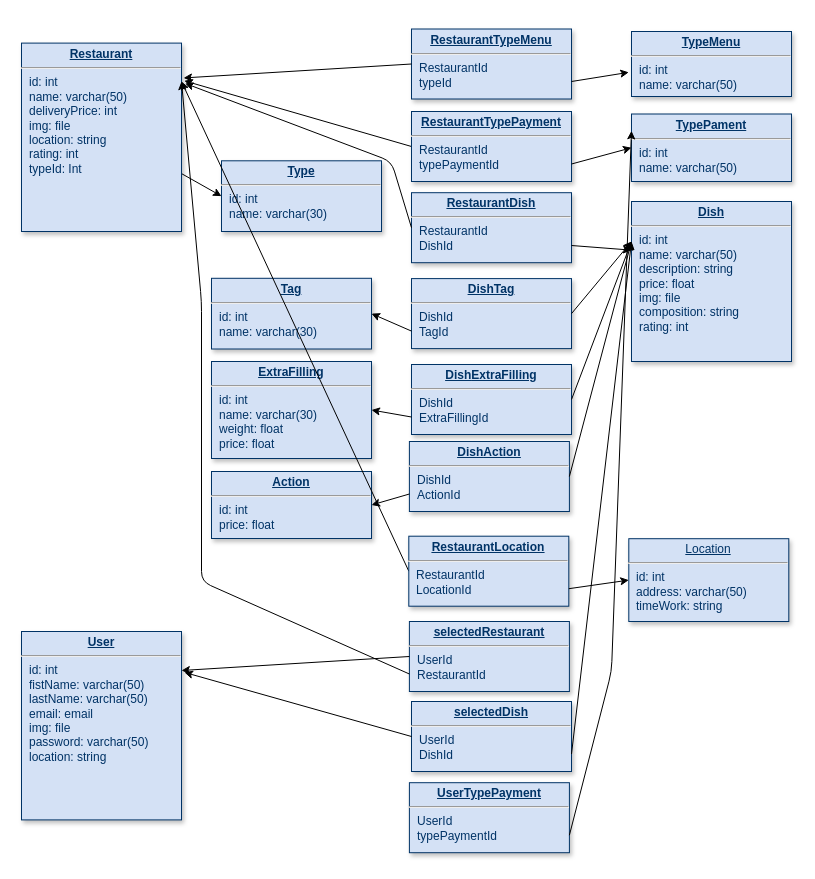
Earlier version of the draw.io diagram Untitled Diagram.drawio (YuraBobeshko/Food). Source tidied: cells renumbered, new cells numbered last; positions are measured from the earlier drawing's top-left corner, leaving out a move shared by most shapes. Both pictures are drawn from the tidied source at 100%, with x=0, y=0 at pixel (21, 29).
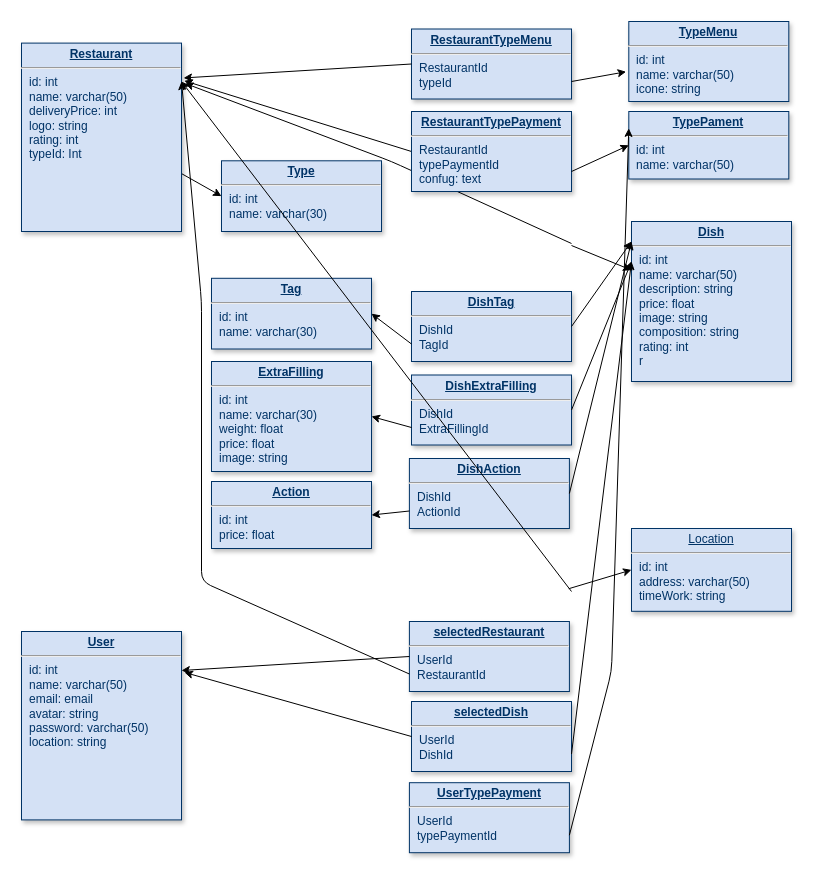
Above is the later version.

Diff of the diagram source:
```diff
@@
-    <mxCell id="3" value="&lt;p style=&quot;margin: 0px ; margin-top: 4px ; text-align: center ; text-decoration: underline&quot;&gt;&lt;strong&gt;Dish&lt;/strong&gt;&lt;/p&gt;&lt;hr&gt;&lt;p style=&quot;margin: 0px ; margin-left: 8px&quot;&gt;id: int&lt;br&gt;name: varchar(50)&lt;/p&gt;&lt;p style=&quot;margin: 0px ; margin-left: 8px&quot;&gt;description: string&lt;br&gt;price: float&lt;br&gt;img: file&lt;/p&gt;&lt;p style=&quot;margin: 0px ; margin-left: 8px&quot;&gt;composition: string&lt;br&gt;rating: int&lt;br&gt;&lt;/p&gt;" style="verticalAlign=top;align=left;overflow=fill;fontSize=12;fontFamily=Helvetica;html=1;strokeColor=#003366;shadow=1;fillColor=#D4E1F5;fontColor=#003366;" parent="1" vertex="1">
-      <mxGeometry x="610" y="172" width="160" height="160" as="geometry" />
+    <mxCell id="3" value="&lt;p style=&quot;margin: 0px ; margin-top: 4px ; text-align: center ; text-decoration: underline&quot;&gt;&lt;strong&gt;Dish&lt;/strong&gt;&lt;/p&gt;&lt;hr&gt;&lt;p style=&quot;margin: 0px ; margin-left: 8px&quot;&gt;id: int&lt;br&gt;name: varchar(50)&lt;/p&gt;&lt;p style=&quot;margin: 0px ; margin-left: 8px&quot;&gt;description: string&lt;br&gt;price: float&lt;br&gt;image: string&lt;/p&gt;&lt;p style=&quot;margin: 0px ; margin-left: 8px&quot;&gt;composition: string&lt;br&gt;rating: int&lt;br&gt;&lt;/p&gt;&lt;p style=&quot;margin: 0px ; margin-left: 8px&quot;&gt;r&lt;/p&gt;" style="verticalAlign=top;align=left;overflow=fill;fontSize=12;fontFamily=Helvetica;html=1;strokeColor=#003366;shadow=1;fillColor=#D4E1F5;fontColor=#003366;" parent="1" vertex="1">
+      <mxGeometry x="610" y="192" width="160" height="160" as="geometry" />
     </mxCell>
-    <mxCell id="4" value="&lt;p style=&quot;margin: 4px 0px 0px ; text-align: center&quot;&gt;&lt;b&gt;&lt;u&gt;Restaurant&lt;/u&gt;&lt;/b&gt;&lt;br&gt;&lt;/p&gt;&lt;hr&gt;&lt;p style=&quot;margin: 0px ; margin-left: 8px&quot;&gt;id: int&lt;br&gt;name: varchar(50)&lt;br&gt;deliveryPrice: int&lt;br&gt;img: file&lt;br&gt;location: string&lt;br&gt;rating: int&lt;br&gt;typeId: Int&lt;br&gt;&lt;br&gt;&lt;br&gt;&lt;/p&gt;" style="verticalAlign=top;align=left;overflow=fill;fontSize=12;fontFamily=Helvetica;html=1;strokeColor=#003366;shadow=1;fillColor=#D4E1F5;fontColor=#003366;" parent="1" vertex="1">
+    <mxCell id="4" value="&lt;p style=&quot;margin: 4px 0px 0px ; text-align: center&quot;&gt;&lt;b&gt;&lt;u&gt;Restaurant&lt;/u&gt;&lt;/b&gt;&lt;br&gt;&lt;/p&gt;&lt;hr&gt;&lt;p style=&quot;margin: 0px ; margin-left: 8px&quot;&gt;id: int&lt;br&gt;name: varchar(50)&lt;br&gt;deliveryPrice: int&lt;br&gt;logo: string&lt;br&gt;rating: int&lt;br&gt;typeId: Int&lt;br&gt;&lt;br&gt;&lt;br&gt;&lt;/p&gt;" style="verticalAlign=top;align=left;overflow=fill;fontSize=12;fontFamily=Helvetica;html=1;strokeColor=#003366;shadow=1;fillColor=#D4E1F5;fontColor=#003366;" parent="1" vertex="1">
       <mxGeometry y="13.6" width="160" height="188.4" as="geometry" />
     </mxCell>
@@
-    <mxCell id="8" value="&lt;p style=&quot;margin: 0px ; margin-top: 4px ; text-align: center ; text-decoration: underline&quot;&gt;&lt;b&gt;TypeMenu&lt;/b&gt;&lt;/p&gt;&lt;hr&gt;&lt;p style=&quot;margin: 0px ; margin-left: 8px&quot;&gt;id: int&lt;br&gt;name: varchar(50)&lt;/p&gt;" style="verticalAlign=top;align=left;overflow=fill;fontSize=12;fontFamily=Helvetica;html=1;strokeColor=#003366;shadow=1;fillColor=#D4E1F5;fontColor=#003366;" parent="1" vertex="1">
-      <mxGeometry x="610" y="2" width="160" height="65" as="geometry" />
+    <mxCell id="8" value="&lt;p style=&quot;margin: 0px ; margin-top: 4px ; text-align: center ; text-decoration: underline&quot;&gt;&lt;b&gt;TypeMenu&lt;/b&gt;&lt;/p&gt;&lt;hr&gt;&lt;p style=&quot;margin: 0px ; margin-left: 8px&quot;&gt;id: int&lt;br&gt;name: varchar(50)&lt;br&gt;icone: string&lt;/p&gt;" style="verticalAlign=top;align=left;overflow=fill;fontSize=12;fontFamily=Helvetica;html=1;strokeColor=#003366;shadow=1;fillColor=#D4E1F5;fontColor=#003366;" parent="1" vertex="1">
+      <mxGeometry x="607.3" y="-8" width="160" height="80" as="geometry" />
     </mxCell>
-    <mxCell id="9" value="&lt;p style=&quot;margin: 0px ; margin-top: 4px ; text-align: center ; text-decoration: underline&quot;&gt;&lt;strong&gt;TypePament&lt;/strong&gt;&lt;/p&gt;&lt;hr&gt;&lt;p style=&quot;margin: 0px ; margin-left: 8px&quot;&gt;id: int&lt;br&gt;name: varchar(50)&lt;br&gt;&lt;/p&gt;" style="verticalAlign=top;align=left;overflow=fill;fontSize=12;fontFamily=Helvetica;html=1;strokeColor=#003366;shadow=1;fillColor=#D4E1F5;fontColor=#003366;" parent="1" vertex="1">
-      <mxGeometry x="610" y="84.5" width="160" height="67.5" as="geometry" />
+    <mxCell id="9" value="&lt;p style=&quot;margin: 0px ; margin-top: 4px ; text-align: center ; text-decoration: underline&quot;&gt;&lt;strong&gt;TypePament&lt;/strong&gt;&lt;/p&gt;&lt;hr&gt;&lt;p style=&quot;margin: 0px ; margin-left: 8px&quot;&gt;id: int&lt;br&gt;name: varchar(50)&lt;br&gt;&lt;br&gt;&lt;/p&gt;" style="verticalAlign=top;align=left;overflow=fill;fontSize=12;fontFamily=Helvetica;html=1;strokeColor=#003366;shadow=1;fillColor=#D4E1F5;fontColor=#003366;" parent="1" vertex="1">
+      <mxGeometry x="607.3" y="82" width="160" height="67.5" as="geometry" />
     </mxCell>
@@
-    <mxCell id="16" value="&lt;p style=&quot;margin: 0px ; margin-top: 4px ; text-align: center ; text-decoration: underline&quot;&gt;&lt;b&gt;&lt;u&gt;RestaurantDish&lt;/u&gt;&lt;/b&gt;&lt;br&gt;&lt;/p&gt;&lt;hr&gt;&lt;p style=&quot;margin: 0px ; margin-left: 8px&quot;&gt;RestaurantId&lt;br&gt;DishId&lt;/p&gt;&lt;p style=&quot;margin: 0px ; margin-left: 8px&quot;&gt;&lt;br&gt;&lt;/p&gt;" style="verticalAlign=top;align=left;overflow=fill;fontSize=12;fontFamily=Helvetica;html=1;strokeColor=#003366;shadow=1;fillColor=#D4E1F5;fontColor=#003366;" parent="1" vertex="1">
-      <mxGeometry x="390" y="163.2" width="160" height="70" as="geometry" />
-    </mxCell>
-    <mxCell id="17" style="endArrow=classic;html=1;entryX=1.023;entryY=0.214;entryDx=0;entryDy=0;entryPerimeter=0;exitX=0;exitY=0.5;exitDx=0;exitDy=0;" parent="1" edge="1" source="16" target="4">
+    <mxCell id="17" style="endArrow=classic;html=1;entryX=1.023;entryY=0.214;entryDx=0;entryDy=0;entryPerimeter=0;" parent="1" edge="1" target="4">
       <mxGeometry relative="1" as="geometry">
+        <mxPoint x="550" y="214" as="sourcePoint" />
         <Array as="points">
           <mxPoint x="370" y="132" />
         </Array>
       </mxGeometry>
     </mxCell>
-    <mxCell id="18" style="edgeStyle=orthogonalEdgeStyle;rounded=0;orthogonalLoop=1;jettySize=auto;html=1;exitX=0.5;exitY=1;exitDx=0;exitDy=0;" parent="1" edge="1" source="16" target="16">
-      <mxGeometry relative="1" as="geometry" />
+    <mxCell id="18" style="edgeStyle=orthogonalEdgeStyle;rounded=0;orthogonalLoop=1;jettySize=auto;html=1;exitX=0.5;exitY=1;exitDx=0;exitDy=0;" parent="1" edge="1">
+      <mxGeometry relative="1" as="geometry">
+        <mxPoint x="467.9" y="248.8" as="sourcePoint" />
+        <mxPoint x="467.9" y="248.8" as="targetPoint" />
+      </mxGeometry>
     </mxCell>
-    <mxCell id="19" style="edgeStyle=orthogonalEdgeStyle;rounded=0;orthogonalLoop=1;jettySize=auto;html=1;exitX=0.5;exitY=1;exitDx=0;exitDy=0;" parent="1" edge="1" source="16" target="16">
-      <mxGeometry relative="1" as="geometry" />
+    <mxCell id="19" style="edgeStyle=orthogonalEdgeStyle;rounded=0;orthogonalLoop=1;jettySize=auto;html=1;exitX=0.5;exitY=1;exitDx=0;exitDy=0;" parent="1" edge="1">
+      <mxGeometry relative="1" as="geometry">
+        <mxPoint x="467.9" y="248.8" as="sourcePoint" />
+        <mxPoint x="467.9" y="248.8" as="targetPoint" />
+      </mxGeometry>
     </mxCell>
-    <mxCell id="20" style="edgeStyle=orthogonalEdgeStyle;rounded=0;orthogonalLoop=1;jettySize=auto;html=1;exitX=0.5;exitY=1;exitDx=0;exitDy=0;" parent="1" edge="1" source="16" target="16">
-      <mxGeometry relative="1" as="geometry" />
+    <mxCell id="20" style="edgeStyle=orthogonalEdgeStyle;rounded=0;orthogonalLoop=1;jettySize=auto;html=1;exitX=0.5;exitY=1;exitDx=0;exitDy=0;" parent="1" edge="1">
+      <mxGeometry relative="1" as="geometry">
+        <mxPoint x="467.9" y="248.8" as="sourcePoint" />
+        <mxPoint x="467.9" y="248.8" as="targetPoint" />
+      </mxGeometry>
     </mxCell>
@@
     <mxCell id="22" value="&lt;p style=&quot;margin: 0px ; margin-top: 4px ; text-align: center ; text-decoration: underline&quot;&gt;&lt;b&gt;&lt;u&gt;DishTag&lt;/u&gt;&lt;/b&gt;&lt;br&gt;&lt;/p&gt;&lt;hr&gt;&lt;p style=&quot;margin: 0px ; margin-left: 8px&quot;&gt;DishId&lt;br&gt;&lt;span style=&quot;text-align: center&quot;&gt;TagId&lt;/span&gt;&lt;/p&gt;&lt;p style=&quot;margin: 0px ; margin-left: 8px&quot;&gt;&lt;br&gt;&lt;/p&gt;" style="verticalAlign=top;align=left;overflow=fill;fontSize=12;fontFamily=Helvetica;html=1;strokeColor=#003366;shadow=1;fillColor=#D4E1F5;fontColor=#003366;" parent="1" vertex="1">
-      <mxGeometry x="390" y="249.1" width="160" height="70" as="geometry" />
+      <mxGeometry x="390" y="262" width="160" height="70" as="geometry" />
     </mxCell>
@@
-    <mxCell id="28" value="&lt;p style=&quot;margin: 0px ; margin-top: 4px ; text-align: center ; text-decoration: underline&quot;&gt;&lt;b&gt;&lt;u&gt;Dish&lt;/u&gt;&lt;/b&gt;&lt;b&gt;&lt;u&gt;ExtraFilling&lt;/u&gt;&lt;/b&gt;&lt;/p&gt;&lt;hr&gt;&lt;p style=&quot;margin: 0px ; margin-left: 8px&quot;&gt;DishId&lt;br&gt;&lt;span style=&quot;text-align: center&quot;&gt;ExtraFillingId&lt;/span&gt;&lt;/p&gt;&lt;p style=&quot;margin: 0px ; margin-left: 8px&quot;&gt;&lt;br&gt;&lt;/p&gt;" style="verticalAlign=top;align=left;overflow=fill;fontSize=12;fontFamily=Helvetica;html=1;strokeColor=#003366;shadow=1;fillColor=#D4E1F5;fontColor=#003366;" parent="1" vertex="1">
-      <mxGeometry x="390" y="335" width="160" height="70" as="geometry" />
+    <mxCell id="28" value="&lt;p style=&quot;margin: 0px ; margin-top: 4px ; text-align: center ; text-decoration: underline&quot;&gt;&lt;b&gt;&lt;u&gt;Dish&lt;/u&gt;&lt;/b&gt;&lt;b&gt;&lt;u&gt;ExtraFilling&lt;/u&gt;&lt;/b&gt;&lt;/p&gt;&lt;hr&gt;&lt;p style=&quot;margin: 0px ; margin-left: 8px&quot;&gt;DishId&lt;br&gt;&lt;span style=&quot;text-align: center&quot;&gt;ExtraFillingId&lt;br&gt;&lt;br&gt;&lt;/span&gt;&lt;/p&gt;&lt;p style=&quot;margin: 0px ; margin-left: 8px&quot;&gt;&lt;br&gt;&lt;/p&gt;" style="verticalAlign=top;align=left;overflow=fill;fontSize=12;fontFamily=Helvetica;html=1;strokeColor=#003366;shadow=1;fillColor=#D4E1F5;fontColor=#003366;" parent="1" vertex="1">
+      <mxGeometry x="390" y="345.5" width="160" height="70" as="geometry" />
     </mxCell>
@@
-    <mxCell id="31" value="&lt;p style=&quot;margin: 0px ; margin-top: 4px ; text-align: center ; text-decoration: underline&quot;&gt;&lt;b&gt;&lt;u&gt;ExtraFilling&lt;/u&gt;&lt;/b&gt;&lt;br&gt;&lt;/p&gt;&lt;hr&gt;&lt;p style=&quot;margin: 0px ; margin-left: 8px&quot;&gt;id: int&lt;br&gt;name: varchar(30)&lt;br&gt;weight: float&lt;br&gt;price: float&lt;/p&gt;&lt;p style=&quot;margin: 0px ; margin-left: 8px&quot;&gt;&lt;br&gt;&lt;/p&gt;" style="verticalAlign=top;align=left;overflow=fill;fontSize=12;fontFamily=Helvetica;html=1;strokeColor=#003366;shadow=1;fillColor=#D4E1F5;fontColor=#003366;" parent="1" vertex="1">
-      <mxGeometry x="190" y="332" width="160" height="97" as="geometry" />
+    <mxCell id="31" value="&lt;p style=&quot;margin: 0px ; margin-top: 4px ; text-align: center ; text-decoration: underline&quot;&gt;&lt;b&gt;&lt;u&gt;ExtraFilling&lt;/u&gt;&lt;/b&gt;&lt;br&gt;&lt;/p&gt;&lt;hr&gt;&lt;p style=&quot;margin: 0px ; margin-left: 8px&quot;&gt;id: int&lt;br&gt;name: varchar(30)&lt;br&gt;weight: float&lt;br&gt;price: float&lt;br&gt;image: string&lt;/p&gt;&lt;p style=&quot;margin: 0px ; margin-left: 8px&quot;&gt;&lt;br&gt;&lt;/p&gt;" style="verticalAlign=top;align=left;overflow=fill;fontSize=12;fontFamily=Helvetica;html=1;strokeColor=#003366;shadow=1;fillColor=#D4E1F5;fontColor=#003366;" parent="1" vertex="1">
+      <mxGeometry x="190" y="332" width="160" height="110" as="geometry" />
     </mxCell>
     <mxCell id="32" value="&lt;p style=&quot;margin: 0px ; margin-top: 4px ; text-align: center ; text-decoration: underline&quot;&gt;&lt;b&gt;&lt;u&gt;Dish&lt;/u&gt;&lt;/b&gt;&lt;b&gt;&lt;u&gt;Action&lt;/u&gt;&lt;/b&gt;&lt;/p&gt;&lt;hr&gt;&lt;p style=&quot;margin: 0px ; margin-left: 8px&quot;&gt;DishId&lt;br&gt;&lt;span style=&quot;text-align: center&quot;&gt;ActionId&lt;/span&gt;&lt;/p&gt;&lt;p style=&quot;margin: 0px ; margin-left: 8px&quot;&gt;&lt;br&gt;&lt;/p&gt;" style="verticalAlign=top;align=left;overflow=fill;fontSize=12;fontFamily=Helvetica;html=1;strokeColor=#003366;shadow=1;fillColor=#D4E1F5;fontColor=#003366;" parent="1" vertex="1">
-      <mxGeometry x="387.9" y="412" width="160" height="70" as="geometry" />
+      <mxGeometry x="387.9" y="429" width="160" height="70" as="geometry" />
     </mxCell>
@@
     <mxCell id="35" value="&lt;p style=&quot;margin: 0px ; margin-top: 4px ; text-align: center ; text-decoration: underline&quot;&gt;&lt;b&gt;&lt;u&gt;Action&lt;/u&gt;&lt;/b&gt;&lt;br&gt;&lt;/p&gt;&lt;hr&gt;&lt;p style=&quot;margin: 0px ; margin-left: 8px&quot;&gt;id: int&lt;br&gt;price: float&lt;/p&gt;" style="verticalAlign=top;align=left;overflow=fill;fontSize=12;fontFamily=Helvetica;html=1;strokeColor=#003366;shadow=1;fillColor=#D4E1F5;fontColor=#003366;" parent="1" vertex="1">
-      <mxGeometry x="190" y="442" width="160" height="67" as="geometry" />
+      <mxGeometry x="190" y="452" width="160" height="67" as="geometry" />
     </mxCell>
-    <mxCell id="36" value="&lt;p style=&quot;margin: 4px 0px 0px ; text-align: center&quot;&gt;&lt;b&gt;&lt;u&gt;User&lt;/u&gt;&lt;/b&gt;&lt;br&gt;&lt;/p&gt;&lt;hr&gt;&lt;p style=&quot;margin: 0px ; margin-left: 8px&quot;&gt;id: int&lt;br&gt;fistName: varchar(50)&lt;br&gt;lastName: varchar(50)&lt;br&gt;email: email&lt;br&gt;img: file&lt;br&gt;password: varchar(50)&lt;br&gt;location: string&lt;br&gt;&lt;br&gt;&lt;br&gt;&lt;br&gt;&lt;/p&gt;" style="verticalAlign=top;align=left;overflow=fill;fontSize=12;fontFamily=Helvetica;html=1;strokeColor=#003366;shadow=1;fillColor=#D4E1F5;fontColor=#003366;" parent="1" vertex="1">
+    <mxCell id="36" value="&lt;p style=&quot;margin: 4px 0px 0px ; text-align: center&quot;&gt;&lt;b&gt;&lt;u&gt;User&lt;/u&gt;&lt;/b&gt;&lt;br&gt;&lt;/p&gt;&lt;hr&gt;&lt;p style=&quot;margin: 0px ; margin-left: 8px&quot;&gt;id: int&lt;br&gt;name: varchar(50)&lt;br&gt;email: email&lt;br&gt;avatar: string&lt;br&gt;password: varchar(50)&lt;br&gt;location: string&lt;br&gt;&lt;br&gt;&lt;br&gt;&lt;br&gt;&lt;/p&gt;" style="verticalAlign=top;align=left;overflow=fill;fontSize=12;fontFamily=Helvetica;html=1;strokeColor=#003366;shadow=1;fillColor=#D4E1F5;fontColor=#003366;" parent="1" vertex="1">
       <mxGeometry y="602" width="160" height="188.4" as="geometry" />
     </mxCell>
@@
-    <mxCell id="43" value="&lt;p style=&quot;margin: 0px ; margin-top: 4px ; text-align: center ; text-decoration: underline&quot;&gt;&lt;b&gt;&lt;u&gt;RestaurantTypePayment&lt;/u&gt;&lt;/b&gt;&lt;br&gt;&lt;/p&gt;&lt;hr&gt;&lt;p style=&quot;margin: 0px ; margin-left: 8px&quot;&gt;RestaurantId&lt;/p&gt;&lt;p style=&quot;margin: 0px ; margin-left: 8px&quot;&gt;typePaymentId&lt;/p&gt;" style="verticalAlign=top;align=left;overflow=fill;fontSize=12;fontFamily=Helvetica;html=1;strokeColor=#003366;shadow=1;fillColor=#D4E1F5;fontColor=#003366;" parent="1" vertex="1">
-      <mxGeometry x="390" y="82" width="160" height="70" as="geometry" />
+    <mxCell id="43" value="&lt;p style=&quot;margin: 0px ; margin-top: 4px ; text-align: center ; text-decoration: underline&quot;&gt;&lt;b&gt;&lt;u&gt;RestaurantTypePayment&lt;/u&gt;&lt;/b&gt;&lt;br&gt;&lt;/p&gt;&lt;hr&gt;&lt;p style=&quot;margin: 0px ; margin-left: 8px&quot;&gt;RestaurantId&lt;/p&gt;&lt;p style=&quot;margin: 0px ; margin-left: 8px&quot;&gt;typePaymentId&lt;br&gt;confug: text&lt;/p&gt;" style="verticalAlign=top;align=left;overflow=fill;fontSize=12;fontFamily=Helvetica;html=1;strokeColor=#003366;shadow=1;fillColor=#D4E1F5;fontColor=#003366;" parent="1" vertex="1">
+      <mxGeometry x="390" y="82" width="160" height="80" as="geometry" />
     </mxCell>
@@
-    <mxCell id="45" style="endArrow=classic;html=1;exitX=0;exitY=0.5;exitDx=0;exitDy=0;" parent="1" edge="1" source="47">
+    <mxCell id="45" style="endArrow=classic;html=1;" parent="1" edge="1">
       <mxGeometry relative="1" as="geometry">
+        <mxPoint x="550" y="562" as="sourcePoint" />
         <mxPoint x="160" y="52" as="targetPoint" />
       </mxGeometry>
     </mxCell>
-    <mxCell id="46" value="&lt;p style=&quot;margin: 0px ; margin-top: 4px ; text-align: center ; text-decoration: underline&quot;&gt;&lt;span style=&quot;text-align: left&quot;&gt;Location&lt;/span&gt;&lt;br&gt;&lt;/p&gt;&lt;hr&gt;&lt;p style=&quot;margin: 0px ; margin-left: 8px&quot;&gt;id: int&lt;br&gt;address&lt;span&gt;: varchar(50)&lt;/span&gt;&lt;/p&gt;&lt;p style=&quot;margin: 0px ; margin-left: 8px&quot;&gt;timeWork: string&lt;br&gt;&lt;/p&gt;" style="verticalAlign=top;align=left;overflow=fill;fontSize=12;fontFamily=Helvetica;html=1;strokeColor=#003366;shadow=1;fillColor=#D4E1F5;fontColor=#003366;" parent="1" vertex="1">
-      <mxGeometry x="607.3" y="509.2" width="160" height="82.8" as="geometry" />
+    <mxCell id="46" value="&lt;p style=&quot;margin: 0px ; margin-top: 4px ; text-align: center ; text-decoration: underline&quot;&gt;&lt;span style=&quot;text-align: left&quot;&gt;Location&lt;/span&gt;&lt;br&gt;&lt;/p&gt;&lt;hr&gt;&lt;p style=&quot;margin: 0px ; margin-left: 8px&quot;&gt;id: int&lt;br&gt;address&lt;span&gt;: varchar(50)&lt;/span&gt;&lt;/p&gt;&lt;p style=&quot;margin: 0px ; margin-left: 8px&quot;&gt;timeWork: string&lt;br&gt;&lt;br&gt;&lt;/p&gt;" style="verticalAlign=top;align=left;overflow=fill;fontSize=12;fontFamily=Helvetica;html=1;strokeColor=#003366;shadow=1;fillColor=#D4E1F5;fontColor=#003366;" parent="1" vertex="1">
+      <mxGeometry x="610" y="499" width="160" height="82.8" as="geometry" />
     </mxCell>
-    <mxCell id="47" value="&lt;p style=&quot;margin: 0px ; margin-top: 4px ; text-align: center ; text-decoration: underline&quot;&gt;&lt;b&gt;&lt;u&gt;RestaurantLocation&lt;/u&gt;&lt;/b&gt;&lt;br&gt;&lt;/p&gt;&lt;hr&gt;&lt;p style=&quot;margin: 0px ; margin-left: 8px&quot;&gt;RestaurantId&lt;/p&gt;&lt;p style=&quot;margin: 0px ; margin-left: 8px&quot;&gt;LocationId&lt;/p&gt;" style="verticalAlign=top;align=left;overflow=fill;fontSize=12;fontFamily=Helvetica;html=1;strokeColor=#003366;shadow=1;fillColor=#D4E1F5;fontColor=#003366;" parent="1" vertex="1">
-      <mxGeometry x="387.3" y="506.7" width="160" height="70" as="geometry" />
-    </mxCell>
-    <mxCell id="48" style="endArrow=classic;html=1;entryX=0;entryY=0.5;entryDx=0;entryDy=0;exitX=1;exitY=0.75;exitDx=0;exitDy=0;" parent="1" edge="1" source="47" target="46">
-      <mxGeometry relative="1" as="geometry" />
+    <mxCell id="48" style="endArrow=classic;html=1;entryX=0;entryY=0.5;entryDx=0;entryDy=0;exitX=1;exitY=0.75;exitDx=0;exitDy=0;" parent="1" edge="1" target="46">
+      <mxGeometry relative="1" as="geometry">
+        <mxPoint x="547.3" y="559.2" as="sourcePoint" />
+      </mxGeometry>
     </mxCell>
```
